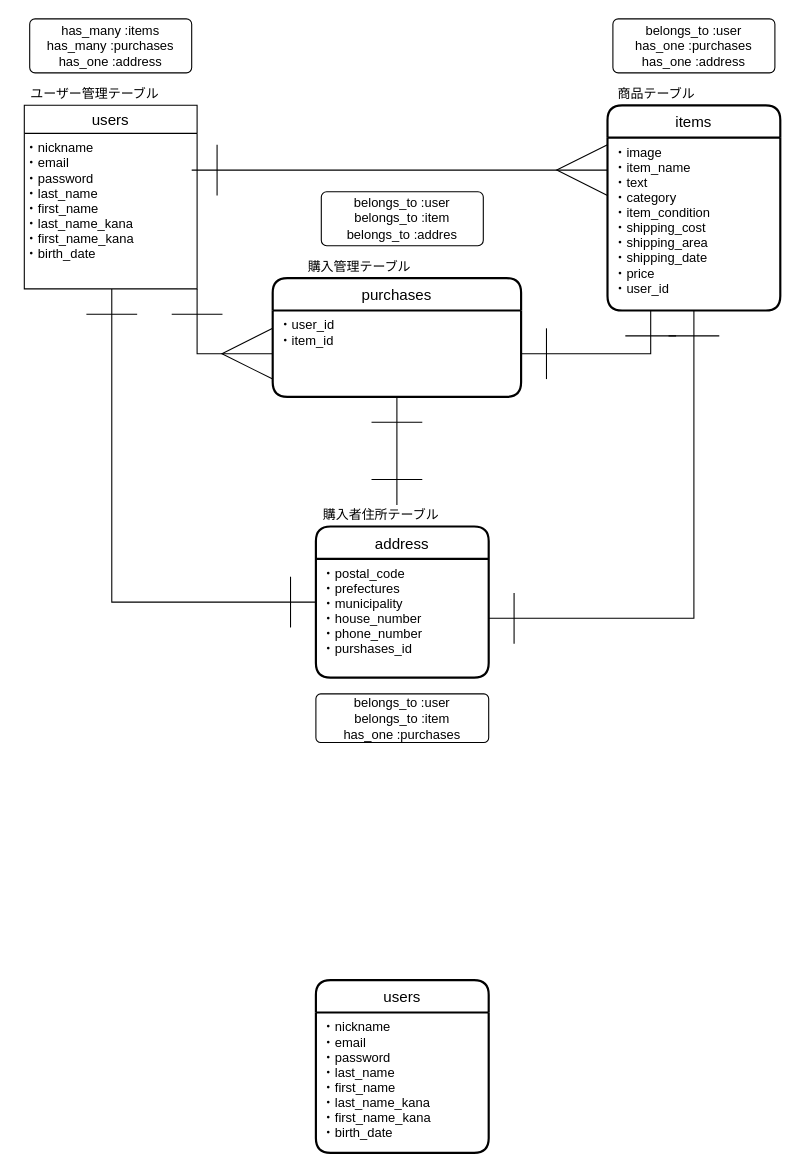
This is furima.dio from tsunbow/furima-32881, a draw.io file, before an edit. Source tidied: cells renumbered, new cells numbered last; positions are measured from the earlier drawing's top-left corner, leaving out a move shared by most shapes. Both pictures are drawn from the tidied source at 108%, with x=0, y=0 at pixel (18, 18).
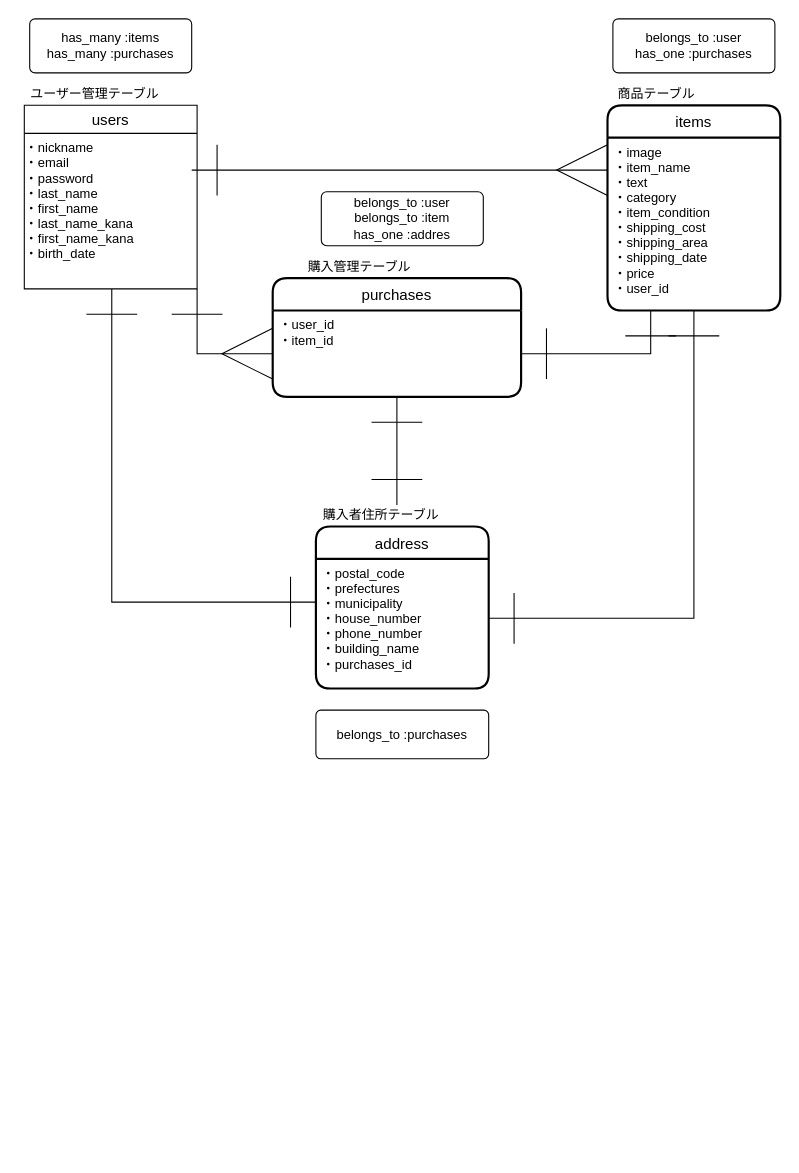
After the change.

Commit message (it also covers changes not shown here):
データベース設計修正（２）

The edit, as a diff of the source:
```diff
@@
     <mxCell id="2" value="address" style="swimlane;horizontal=1;startSize=30;rounded=1;fontSize=14;fontStyle=0;strokeWidth=2;shadow=0;dashed=0;align=center;" parent="1" vertex="1">
-      <mxGeometry x="275" y="470" width="160" height="140" as="geometry" />
+      <mxGeometry x="275" y="470" width="160" height="150" as="geometry" />
     </mxCell>
-    <mxCell id="3" value="・postal_code &#10;・prefectures &#10;・municipality &#10;・house_number &#10;・phone_number&#10;・purshases_id&#10;" style="align=left;strokeColor=none;fillColor=none;spacingLeft=4;fontSize=12;verticalAlign=top;" parent="2" vertex="1">
-      <mxGeometry y="30" width="160" height="110" as="geometry" />
+    <mxCell id="3" value="・postal_code &#10;・prefectures &#10;・municipality &#10;・house_number &#10;・phone_number&#10;・building_name&#10;・purchases_id&#10;&#10;" style="align=left;strokeColor=none;fillColor=none;spacingLeft=4;fontSize=12;verticalAlign=top;" parent="2" vertex="1">
+      <mxGeometry y="30" width="160" height="120" as="geometry" />
     </mxCell>
@@
-    <mxCell id="6" value="has_many :items&lt;br&gt;has_many :purchases&lt;br&gt;has_one :address" style="rounded=1;arcSize=10;whiteSpace=wrap;html=1;align=center;" parent="1" vertex="1">
+    <mxCell id="6" value="has_many :items&lt;br&gt;has_many :purchases" style="rounded=1;arcSize=10;whiteSpace=wrap;html=1;align=center;" parent="1" vertex="1">
       <mxGeometry x="10" width="150" height="50" as="geometry" />
     </mxCell>
-    <mxCell id="7" value="belongs_to :user&lt;br&gt;has_one :purchases&lt;br&gt;has_one :address" style="rounded=1;arcSize=10;whiteSpace=wrap;html=1;align=center;" parent="1" vertex="1">
+    <mxCell id="7" value="belongs_to :user&lt;br&gt;has_one :purchases" style="rounded=1;arcSize=10;whiteSpace=wrap;html=1;align=center;" parent="1" vertex="1">
       <mxGeometry x="550" width="150" height="50" as="geometry" />
     </mxCell>
-    <mxCell id="8" value="belongs_to :user&lt;br&gt;belongs_to :item&lt;br&gt;has_one :purchases" style="rounded=1;arcSize=10;whiteSpace=wrap;html=1;align=center;" parent="1" vertex="1">
-      <mxGeometry x="275" y="625" width="160" height="45" as="geometry" />
+    <mxCell id="8" value="belongs_to :purchases" style="rounded=1;arcSize=10;whiteSpace=wrap;html=1;align=center;" parent="1" vertex="1">
+      <mxGeometry x="275" y="640" width="160" height="45" as="geometry" />
     </mxCell>
@@
-    <mxCell id="11" value="users" style="swimlane;horizontal=1;startSize=30;rounded=1;fontSize=14;fontStyle=0;strokeWidth=2;shadow=0;dashed=0;align=center;" parent="1" vertex="1">
-      <mxGeometry x="275" y="890" width="160" height="160" as="geometry" />
-    </mxCell>
-    <mxCell id="12" value="・nickname&#10;・email&#10;・password&#10;・last_name&#10;・first_name&#10;・last_name_kana&#10;・first_name_kana&#10;・birth_date" style="align=left;strokeColor=none;fillColor=none;spacingLeft=4;fontSize=12;verticalAlign=top;" parent="11" vertex="1">
-      <mxGeometry y="30" width="160" height="130" as="geometry" />
-    </mxCell>
@@
-    <mxCell id="25" value="belongs_to :user&lt;br&gt;belongs_to :item&lt;br&gt;belongs_to :addres" style="rounded=1;arcSize=10;whiteSpace=wrap;html=1;align=center;" parent="1" vertex="1">
+    <mxCell id="25" value="belongs_to :user&lt;br&gt;belongs_to :item&lt;br&gt;has_one :addres" style="rounded=1;arcSize=10;whiteSpace=wrap;html=1;align=center;" parent="1" vertex="1">
       <mxGeometry x="280" y="160" width="150" height="50" as="geometry" />
     </mxCell>
```
